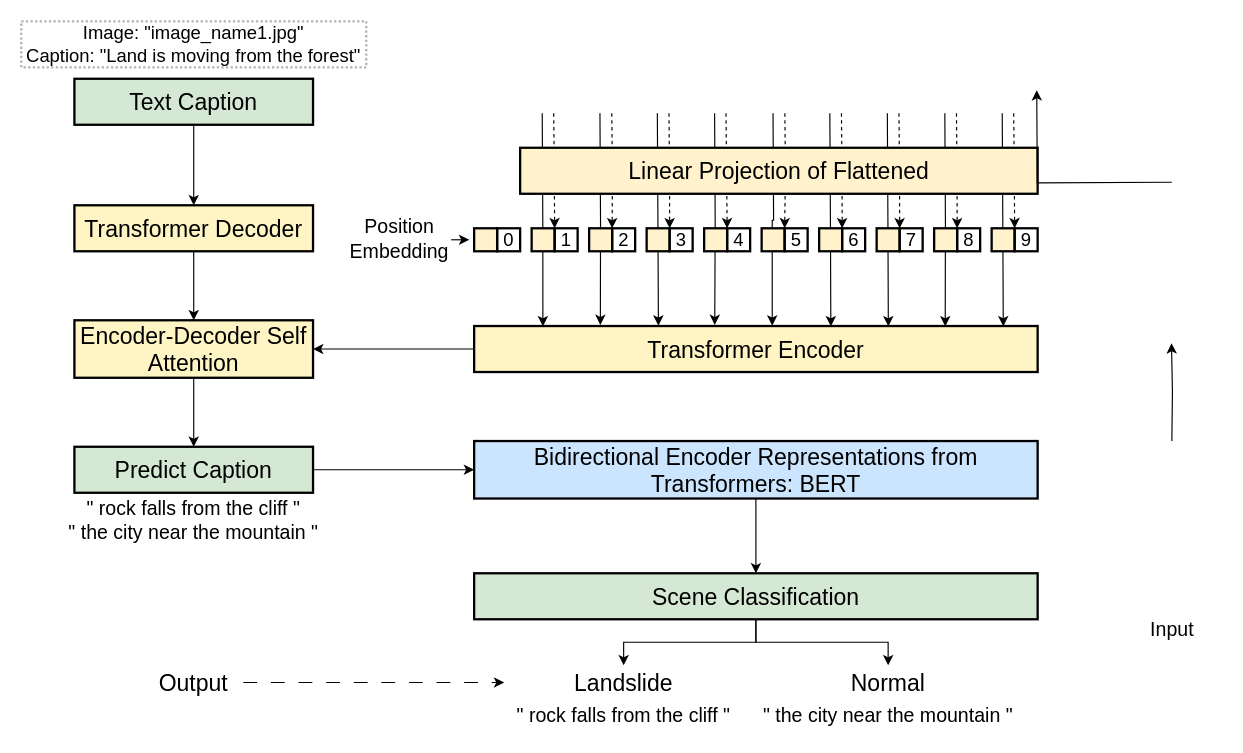
Above: page "Architecture Flow Classification" (3 of 5) of Architecture.drawio in MingNarongthat/Anomaly_Transformers (draw.io), before the change. Source tidied: cells renumbered, new cells numbered last; positions are measured from the earlier drawing's top-left corner, leaving out a move shared by most shapes. Both pictures are drawn from the tidied source at 115%, with x=0, y=0 at pixel (-795, 21).
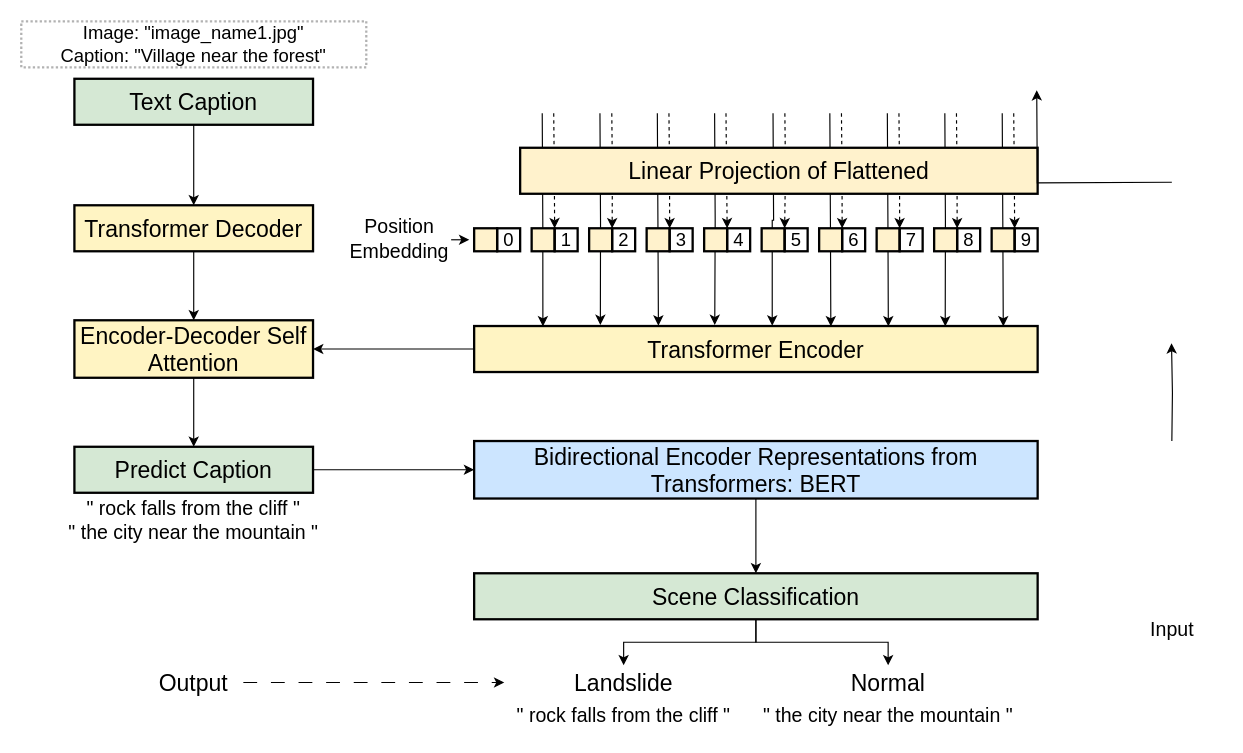
The same page after the edit.

The edit, as a diff of the source:
```diff
@@
-    <mxCell id="26" value="Image: &quot;image_name1.jpg&quot;&lt;br style=&quot;font-size: 16px;&quot;&gt;Caption: &quot;Land is moving from the forest&quot;" style="rounded=0;whiteSpace=wrap;html=1;strokeColor=default;strokeWidth=2;fillColor=none;gradientColor=default;dashed=1;dashPattern=1 1;perimeterSpacing=2;opacity=30;fontSize=16;" parent="1" vertex="1">
+    <mxCell id="26" value="Image: &quot;image_name1.jpg&quot;&lt;br style=&quot;font-size: 16px;&quot;&gt;Caption: &quot;Village near the forest&quot;" style="rounded=0;whiteSpace=wrap;html=1;strokeColor=default;strokeWidth=2;fillColor=none;gradientColor=default;dashed=1;dashPattern=1 1;perimeterSpacing=2;opacity=30;fontSize=16;" parent="1" vertex="1">
       <mxGeometry x="709" width="300" height="40" as="geometry" />
     </mxCell>
```
